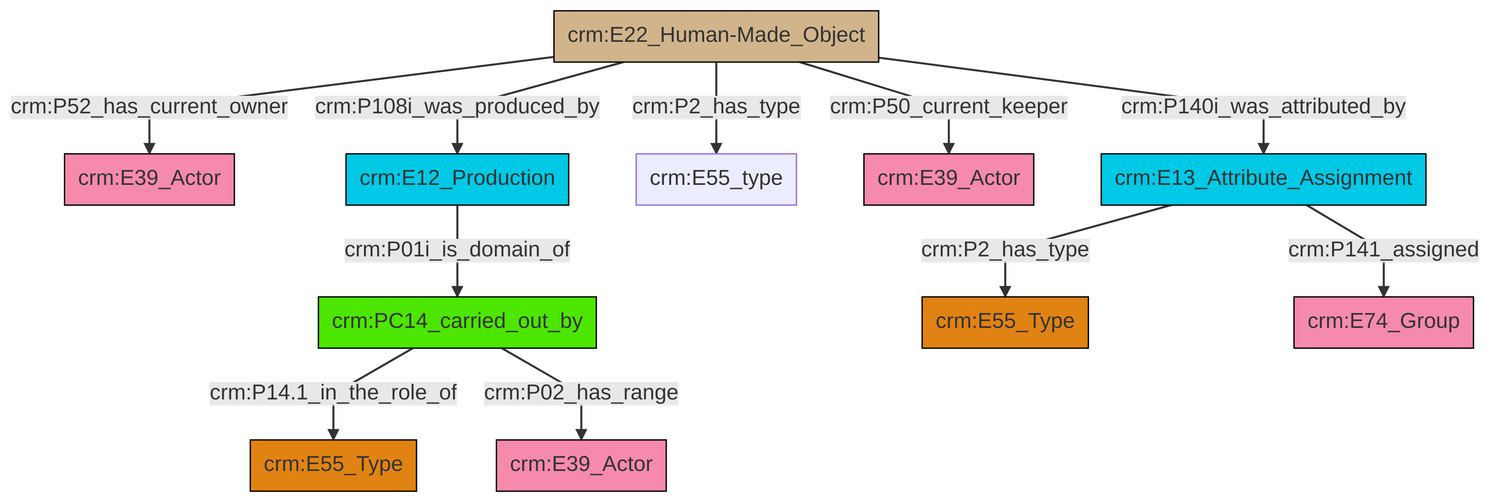
Before: et/artworkCSV/ttl/mmd/png/Artwork_Actor_Relations.png, a diagram exported from Mermaid (swiss-art-research-net/reference-data-models). Its source is kept beside it as et/artworkCSV/ttl/mmd/Artwork_Actor_Relations.ttl.mmd.
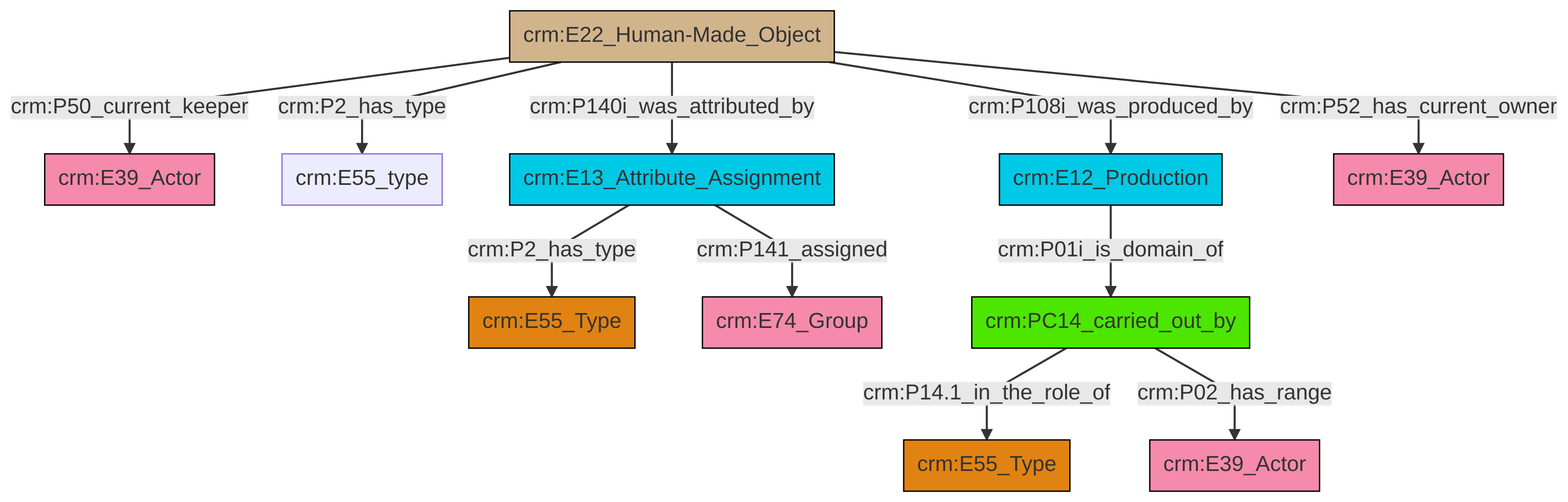
Later version of the same file.

What changed in the source:
```diff
@@ -13,13 +13,13 @@
 classDef PC_Classes fill:#4ce600, stroke:#000000;
 classDef Multi fill:#cccccc,stroke:#000000;
 
-2["crm:PC14_carried_out_by"]:::PC_Classes -->|crm:P14.1_in_the_role_of| 3["crm:E55_Type"]:::Type
-4["crm:E22_Human-Made_Object"]:::Physical_Thing -->|crm:P108i_was_produced_by| 5["crm:E12_Production"]:::Temporal_Entity
-4["crm:E22_Human-Made_Object"]:::Physical_Thing -->|crm:P50_current_keeper| 9["crm:E39_Actor"]:::Actor
-5["crm:E12_Production"]:::Temporal_Entity -->|crm:P01i_is_domain_of| 2["crm:PC14_carried_out_by"]:::PC_Classes
-15["crm:E13_Attribute_Assignment"]:::Temporal_Entity -->|crm:P141_assigned| 12["crm:E74_Group"]:::Actor
-15["crm:E13_Attribute_Assignment"]:::Temporal_Entity -->|crm:P2_has_type| 10["crm:E55_Type"]:::Type
-2["crm:PC14_carried_out_by"]:::PC_Classes -->|crm:P02_has_range| 17["crm:E39_Actor"]:::Actor
-4["crm:E22_Human-Made_Object"]:::Physical_Thing -->|crm:P140i_was_attributed_by| 15["crm:E13_Attribute_Assignment"]:::Temporal_Entity
-4["crm:E22_Human-Made_Object"]:::Physical_Thing -->|crm:P52_has_current_owner| 0["crm:E39_Actor"]:::Actor
-4["crm:E22_Human-Made_Object"]:::Physical_Thing -->|crm:P2_has_type| 6["crm:E55_type"]:::Default
+2["crm:E22_Human-Made_Object"]:::Physical_Thing -->|crm:P50_current_keeper| 3["crm:E39_Actor"]:::Actor
+2["crm:E22_Human-Made_Object"]:::Physical_Thing -->|crm:P2_has_type| 0["crm:E55_type"]:::Default
+2["crm:E22_Human-Made_Object"]:::Physical_Thing -->|crm:P140i_was_attributed_by| 6["crm:E13_Attribute_Assignment"]:::Temporal_Entity
+7["crm:PC14_carried_out_by"]:::PC_Classes -->|crm:P14.1_in_the_role_of| 8["crm:E55_Type"]:::Type
+9["crm:E12_Production"]:::Temporal_Entity -->|crm:P01i_is_domain_of| 7["crm:PC14_carried_out_by"]:::PC_Classes
+2["crm:E22_Human-Made_Object"]:::Physical_Thing -->|crm:P108i_was_produced_by| 9["crm:E12_Production"]:::Temporal_Entity
+2["crm:E22_Human-Made_Object"]:::Physical_Thing -->|crm:P52_has_current_owner| 11["crm:E39_Actor"]:::Actor
+6["crm:E13_Attribute_Assignment"]:::Temporal_Entity -->|crm:P2_has_type| 4["crm:E55_Type"]:::Type
+6["crm:E13_Attribute_Assignment"]:::Temporal_Entity -->|crm:P141_assigned| 19["crm:E74_Group"]:::Actor
+7["crm:PC14_carried_out_by"]:::PC_Classes -->|crm:P02_has_range| 14["crm:E39_Actor"]:::Actor
```
